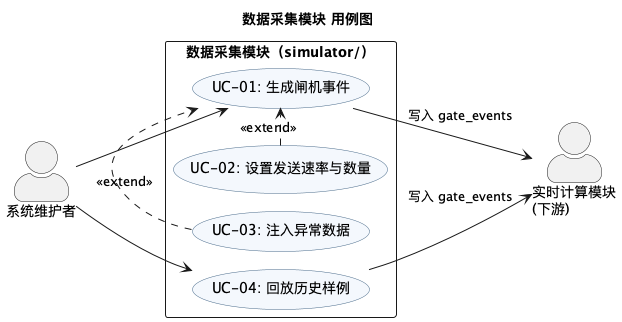
Before: docs/03-建模/图/02-用例图-数据采集.png, a diagram exported from PlantUML (Xuzhaopu04/metro-flow-dashboard). Its diagram source:
```plantuml
@startuml 02-用例图-数据采集
!pragma layout smetana
title 数据采集模块 用例图
left to right direction
skinparam shadowing false
skinparam actorStyle awesome
skinparam packageStyle rectangle
skinparam usecase {
  BackgroundColor #F4F8FD
  BorderColor #4A6B8A
}

actor "系统维护者" as ops
actor "实时计算模块\n(下游)" as calc

rectangle "数据采集模块（simulator/）" {
  usecase "UC-01: 生成闸机事件" as UC01
  usecase "UC-02: 设置发送速率与数量" as UC02
  usecase "UC-03: 注入异常数据" as UC03
  usecase "UC-04: 回放历史样例" as UC04
}

ops --> UC01
ops --> UC04

UC02 .> UC01 : <<extend>>
UC03 .> UC01 : <<extend>>

UC01 --> calc : 写入 gate_events
UC04 --> calc : 写入 gate_events
@enduml
```
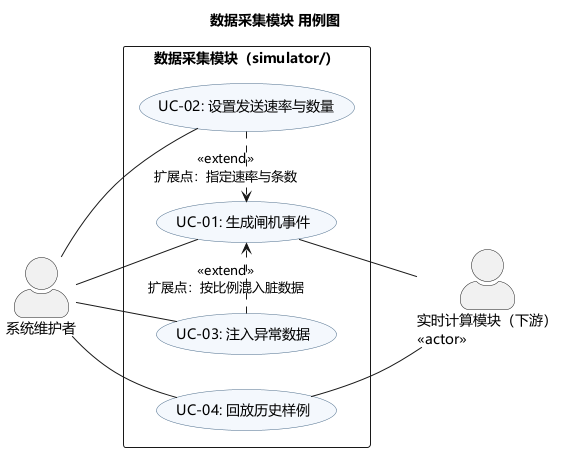
The same diagram one commit later.

The edit, as a diff of the source:
```diff
@@ -1,8 +1,8 @@
 @startuml 02-用例图-数据采集
-!pragma layout smetana
 title 数据采集模块 用例图
 left to right direction
 skinparam shadowing false
+skinparam defaultFontName "Microsoft YaHei"
 skinparam actorStyle awesome
 skinparam packageStyle rectangle
 skinparam usecase {
@@ -11,7 +11,7 @@
 }
 
 actor "系统维护者" as ops
-actor "实时计算模块\n(下游)" as calc
+actor "实时计算模块（下游）\n«actor»" as calc
 
 rectangle "数据采集模块（simulator/）" {
   usecase "UC-01: 生成闸机事件" as UC01
@@ -20,12 +20,14 @@
   usecase "UC-04: 回放历史样例" as UC04
 }
 
-ops --> UC01
-ops --> UC04
+ops -- UC01
+ops -- UC02
+ops -- UC03
+ops -- UC04
 
-UC02 .> UC01 : <<extend>>
-UC03 .> UC01 : <<extend>>
+UC01 -- calc
+UC04 -- calc
 
-UC01 --> calc : 写入 gate_events
-UC04 --> calc : 写入 gate_events
+UC02 .> UC01 : <<extend>>\n扩展点：指定速率与条数
+UC03 .> UC01 : <<extend>>\n扩展点：按比例混入脏数据
 @enduml
```
